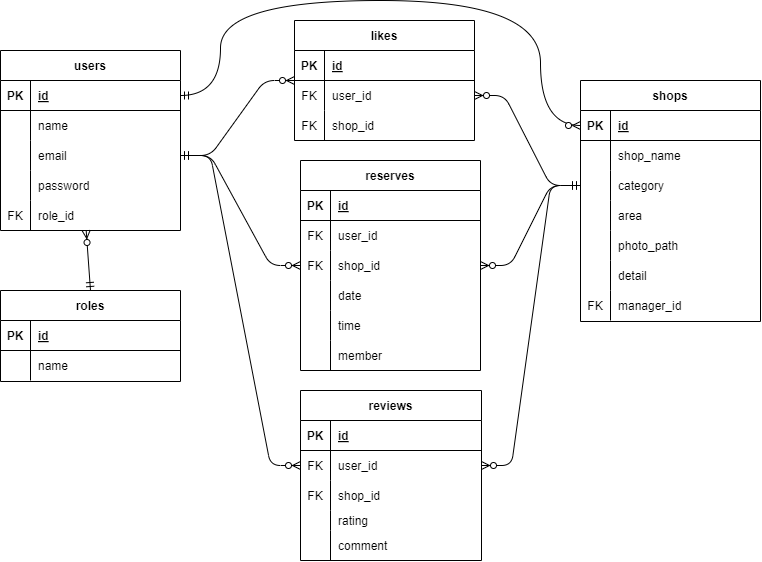
Before: diagrams.net/index.drawio.png, a diagram exported from draw.io (fyu1130/rese). Source tidied: cells renumbered, new cells last; positions are measured from the earlier drawing's top-left corner, leaving out a move shared by most shapes.
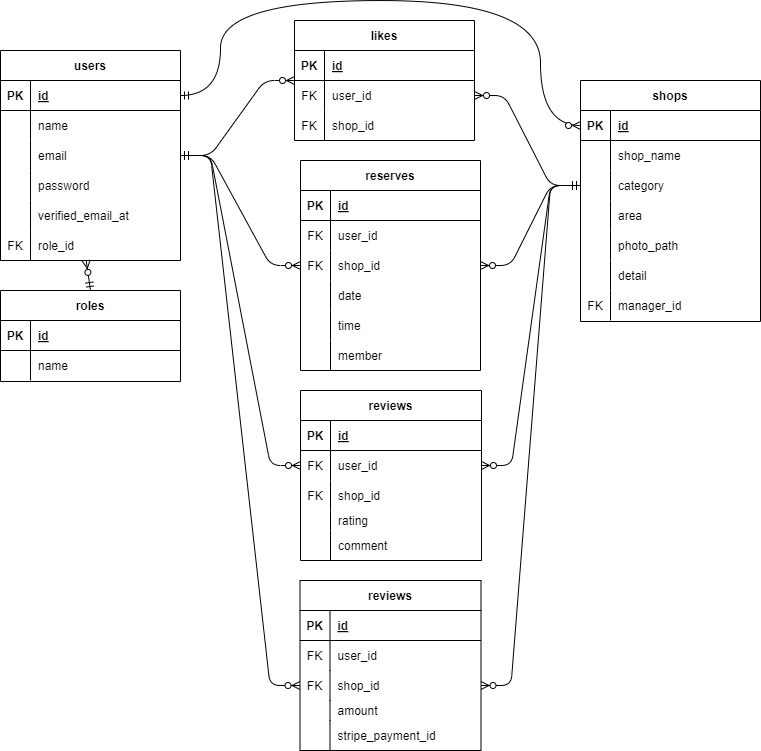
After the commit.

What changed in the source:
```diff
@@ -3,7 +3,7 @@
     <mxCell id="0" />
     <mxCell id="1" parent="0" />
     <mxCell id="2" value="users" style="shape=table;startSize=30;rowLines=0;fontStyle=1;align=center;" parent="1" vertex="1">
-      <mxGeometry y="50" width="180" height="180" as="geometry" />
+      <mxGeometry y="50" width="180" height="210" as="geometry" />
     </mxCell>
     <mxCell id="3" style="shape=tableRow;horizontal=0;startSize=0;swimlaneHead=0;swimlaneBody=0;fillColor=none;points=[[0,0.5],[1,0.5]];portConstraint=eastwest;top=0;left=0;right=0;bottom=1;" parent="2" vertex="1">
       <mxGeometry y="30" width="180" height="30" as="geometry" />
@@ -41,8 +41,17 @@
     <mxCell id="14" value="password" style="shape=partialRectangle;fillColor=none;top=0;left=0;bottom=0;right=0;align=left;spacingLeft=6;overflow=hidden;" parent="12" vertex="1">
       <mxGeometry x="30" width="150" height="30" as="geometry" />
     </mxCell>
+    <mxCell id="100" style="shape=tableRow;horizontal=0;startSize=0;swimlaneHead=0;swimlaneBody=0;fillColor=none;top=0;left=0;right=0;bottom=0;" parent="2" vertex="1">
+      <mxGeometry y="150" width="180" height="30" as="geometry" />
+    </mxCell>
+    <mxCell id="101" style="shape=partialRectangle;fillColor=none;top=0;left=0;bottom=0;right=0;overflow=hidden;" parent="100" vertex="1">
+      <mxGeometry width="30" height="30" as="geometry" />
+    </mxCell>
+    <mxCell id="102" value="verified_email_at" style="shape=partialRectangle;fillColor=none;top=0;left=0;bottom=0;right=0;align=left;spacingLeft=6;overflow=hidden;" parent="100" vertex="1">
+      <mxGeometry x="30" width="150" height="30" as="geometry" />
+    </mxCell>
     <mxCell id="15" style="shape=tableRow;horizontal=0;startSize=0;swimlaneHead=0;swimlaneBody=0;fillColor=none;points=[[0,0.5],[1,0.5]];portConstraint=eastwest;top=0;left=0;right=0;bottom=0;" parent="2" vertex="1">
-      <mxGeometry y="150" width="180" height="30" as="geometry" />
+      <mxGeometry y="180" width="180" height="30" as="geometry" />
     </mxCell>
     <mxCell id="16" value="FK" style="shape=partialRectangle;fillColor=none;top=0;left=0;bottom=0;right=0;overflow=hidden;" parent="15" vertex="1">
       <mxGeometry width="30" height="30" as="geometry" />
@@ -305,5 +314,59 @@
     <mxCell id="99" style="fontSize=12;html=1;endArrow=ERzeroToMany;startArrow=ERmandOne;entryX=0.476;entryY=1.001;entryDx=0;entryDy=0;exitX=0.5;exitY=0;exitDx=0;exitDy=0;entryPerimeter=0;" parent="1" edge="1" source="92" target="15">
       <mxGeometry relative="1" as="geometry" />
     </mxCell>
+    <mxCell id="103" value="reviews" style="shape=table;startSize=30;rowLines=0;fontStyle=1;align=center;" parent="1" vertex="1">
+      <mxGeometry x="299.5" y="580" width="181" height="170" as="geometry" />
+    </mxCell>
+    <mxCell id="104" style="shape=tableRow;horizontal=0;startSize=0;swimlaneHead=0;swimlaneBody=0;fillColor=none;top=0;left=0;right=0;bottom=1;" parent="103" vertex="1">
+      <mxGeometry y="30" width="181" height="30" as="geometry" />
+    </mxCell>
+    <mxCell id="105" value="PK" style="shape=partialRectangle;fillColor=none;top=0;left=0;bottom=0;right=0;fontStyle=1;overflow=hidden;" parent="104" vertex="1">
+      <mxGeometry width="30" height="30" as="geometry" />
+    </mxCell>
+    <mxCell id="106" value="id" style="shape=partialRectangle;fillColor=none;top=0;left=0;bottom=0;right=0;align=left;spacingLeft=6;fontStyle=5;overflow=hidden;" parent="104" vertex="1">
+      <mxGeometry x="30" width="151" height="30" as="geometry" />
+    </mxCell>
+    <mxCell id="107" style="shape=tableRow;horizontal=0;startSize=0;swimlaneHead=0;swimlaneBody=0;fillColor=none;top=0;left=0;right=0;bottom=0;" parent="103" vertex="1">
+      <mxGeometry y="60" width="181" height="30" as="geometry" />
+    </mxCell>
+    <mxCell id="108" value="FK" style="shape=partialRectangle;fillColor=none;top=0;left=0;bottom=0;right=0;overflow=hidden;" parent="107" vertex="1">
+      <mxGeometry width="30" height="30" as="geometry" />
+    </mxCell>
+    <mxCell id="109" value="user_id" style="shape=partialRectangle;fillColor=none;top=0;left=0;bottom=0;right=0;align=left;spacingLeft=6;overflow=hidden;" parent="107" vertex="1">
+      <mxGeometry x="30" width="151" height="30" as="geometry" />
+    </mxCell>
+    <mxCell id="110" style="shape=tableRow;horizontal=0;startSize=0;swimlaneHead=0;swimlaneBody=0;fillColor=none;points=[[0,0.5],[1,0.5]];portConstraint=eastwest;top=0;left=0;right=0;bottom=0;" parent="103" vertex="1">
+      <mxGeometry y="90" width="181" height="30" as="geometry" />
+    </mxCell>
+    <mxCell id="111" value="FK" style="shape=partialRectangle;fillColor=none;top=0;left=0;bottom=0;right=0;overflow=hidden;" parent="110" vertex="1">
+      <mxGeometry width="30" height="30" as="geometry" />
+    </mxCell>
+    <mxCell id="112" value="shop_id" style="shape=partialRectangle;fillColor=none;top=0;left=0;bottom=0;right=0;align=left;spacingLeft=6;overflow=hidden;" parent="110" vertex="1">
+      <mxGeometry x="30" width="151" height="30" as="geometry" />
+    </mxCell>
+    <mxCell id="113" style="shape=tableRow;horizontal=0;startSize=0;swimlaneHead=0;swimlaneBody=0;fillColor=none;top=0;left=0;right=0;bottom=0;" parent="103" vertex="1">
+      <mxGeometry y="120" width="181" height="20" as="geometry" />
+    </mxCell>
+    <mxCell id="114" style="shape=partialRectangle;fillColor=none;top=0;left=0;bottom=0;right=0;overflow=hidden;" parent="113" vertex="1">
+      <mxGeometry width="30" height="20" as="geometry" />
+    </mxCell>
+    <mxCell id="115" value="amount" style="shape=partialRectangle;fillColor=none;top=0;left=0;bottom=0;right=0;align=left;spacingLeft=6;overflow=hidden;" parent="113" vertex="1">
+      <mxGeometry x="30" width="151" height="20" as="geometry" />
+    </mxCell>
+    <mxCell id="116" style="shape=tableRow;horizontal=0;startSize=0;swimlaneHead=0;swimlaneBody=0;fillColor=none;top=0;left=0;right=0;bottom=0;" parent="103" vertex="1">
+      <mxGeometry y="140" width="181" height="30" as="geometry" />
+    </mxCell>
+    <mxCell id="117" style="shape=partialRectangle;fillColor=none;top=0;left=0;bottom=0;right=0;overflow=hidden;" parent="116" vertex="1">
+      <mxGeometry width="30" height="30" as="geometry" />
+    </mxCell>
+    <mxCell id="118" value="stripe_payment_id" style="shape=partialRectangle;fillColor=none;top=0;left=0;bottom=0;right=0;align=left;spacingLeft=6;overflow=hidden;" parent="116" vertex="1">
+      <mxGeometry x="30" width="151" height="30" as="geometry" />
+    </mxCell>
+    <mxCell id="119" style="edgeStyle=entityRelationEdgeStyle;fontSize=12;html=1;endArrow=ERzeroToMany;startArrow=ERmandOne;entryX=0;entryY=0.5;entryDx=0;entryDy=0;exitX=1;exitY=0.5;exitDx=0;exitDy=0;" parent="1" edge="1" source="9" target="110">
+      <mxGeometry relative="1" as="geometry" />
+    </mxCell>
+    <mxCell id="120" style="edgeStyle=entityRelationEdgeStyle;fontSize=12;html=1;endArrow=ERzeroToMany;startArrow=ERmandOne;entryX=1;entryY=0.5;entryDx=0;entryDy=0;exitX=0;exitY=0.5;exitDx=0;exitDy=0;" parent="1" edge="1" source="25" target="110">
+      <mxGeometry relative="1" as="geometry" />
+    </mxCell>
   </root>
 </mxGraphModel>
```
